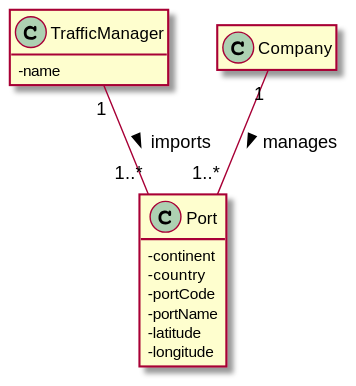
This is docs/US201/US_201_DM.svg from ana-albergaria/LAPR3-ISEP, a PlantUML export, as it was before one commit. Its diagram source:
```plantuml
@startuml
hide empty methods
hide empty attributes
skinparam classAttributeIconSize 0

class TrafficManager{
    -name
}

class Company{}

class Port{
    -continent
    -country
    -portCode
    -portName
    -latitude
    -longitude
}

TrafficManager "1" -- "1..*" Port : imports >
Company "1" -- "1..*" Port : manages >

@enduml
```
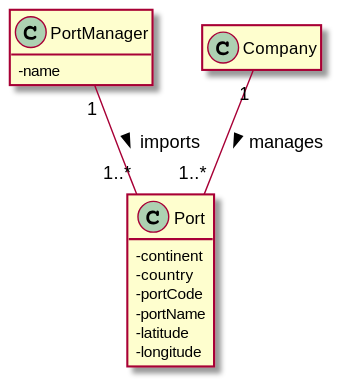
The same diagram one commit later.

Change to the diagram source:
```diff
@@ -3,7 +3,7 @@
 hide empty attributes
 skinparam classAttributeIconSize 0
 
-class TrafficManager{
+class PortManager{
     -name
 }
 
@@ -18,7 +18,7 @@
     -longitude
 }
 
-TrafficManager "1" -- "1..*" Port : imports >
+PortManager "1" -- "1..*" Port : imports >
 Company "1" -- "1..*" Port : manages >
 
 @enduml
```
